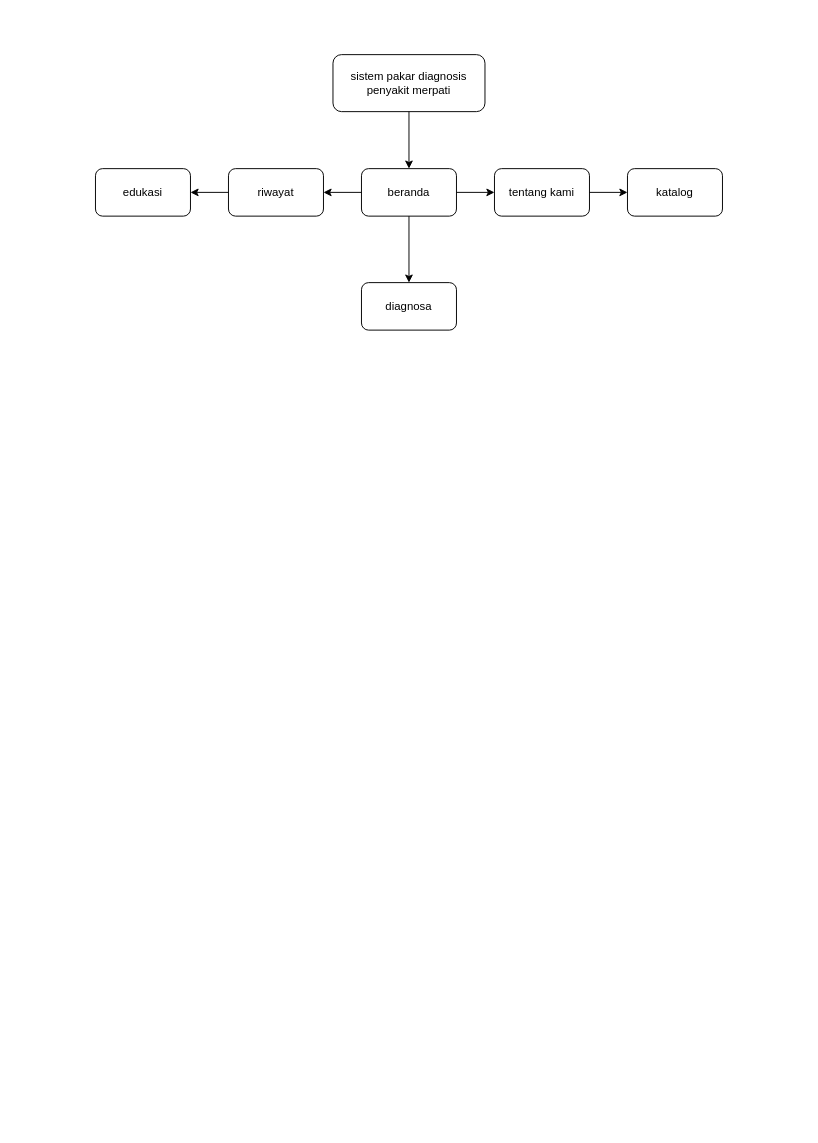
Earlier version of the draw.io diagram diagram/strutur/users.drawio (Jinsky/Jinsky). Source tidied: cells renumbered, new cells numbered last; positions are measured from the earlier drawing's top-left corner, leaving out a move shared by most shapes. Both pictures are drawn from the tidied source at 95%, with x=0, y=0 at pixel (16, 16).
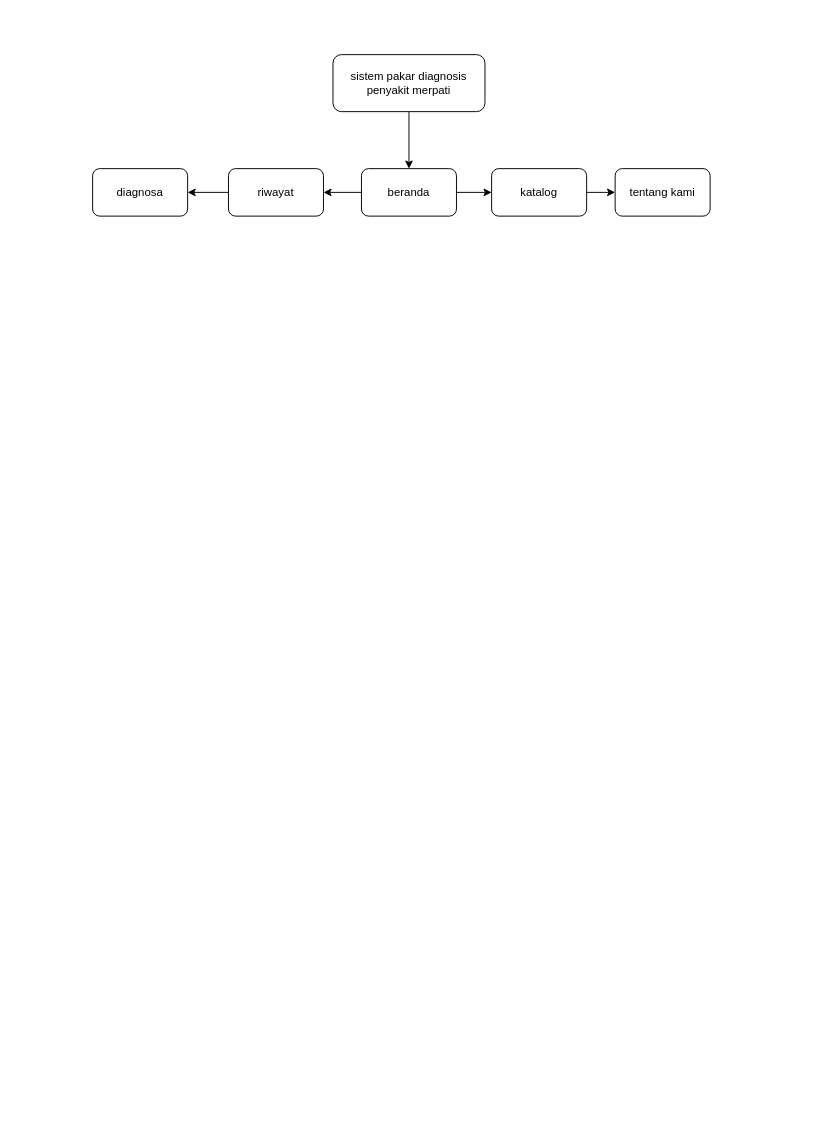
The same page after the edit.

The edit, as a diff of the source:
```diff
@@
 <mxGraphModel>
   <root>
     <mxCell id="0" />
     <mxCell id="1" parent="0" />
     <mxCell id="2" style="rounded=0;whiteSpace=wrap;html=1;fillColor=#ffffff;strokeColor=none;" parent="1" vertex="1">
-      <mxGeometry width="827" height="1169" as="geometry" />
+      <mxGeometry width="827" height="290" as="geometry" />
     </mxCell>
     <mxCell id="3" value="sistem pakar diagnosis&lt;br&gt;penyakit merpati" style="rounded=1;whiteSpace=wrap;html=1;fillColor=#ffffff;strokeColor=#000000;fontSize=12;" parent="1" vertex="1">
       <mxGeometry x="333" y="40" width="160" height="60" as="geometry" />
     </mxCell>
+    <mxCell id="16" style="edgeStyle=none;html=1;" parent="1" edge="1" source="4" target="8">
+      <mxGeometry relative="1" as="geometry" />
+    </mxCell>
     <mxCell id="4" value="beranda" style="rounded=1;whiteSpace=wrap;html=1;fillColor=#ffffff;strokeColor=#000000;fontSize=12;" parent="1" vertex="1">
       <mxGeometry x="363" y="160" width="100" height="50" as="geometry" />
     </mxCell>
+    <mxCell id="17" style="edgeStyle=none;html=1;" parent="1" edge="1" source="5" target="9">
+      <mxGeometry relative="1" as="geometry" />
+    </mxCell>
     <mxCell id="5" value="riwayat" style="rounded=1;whiteSpace=wrap;html=1;fillColor=#ffffff;strokeColor=#000000;fontSize=12;" parent="1" vertex="1">
       <mxGeometry x="223" y="160" width="100" height="50" as="geometry" />
     </mxCell>
-    <mxCell id="6" value="edukasi" style="rounded=1;whiteSpace=wrap;html=1;fillColor=#ffffff;strokeColor=#000000;fontSize=12;" parent="1" vertex="1">
-      <mxGeometry x="83" y="160" width="100" height="50" as="geometry" />
-    </mxCell>
     <mxCell id="7" value="tentang kami" style="rounded=1;whiteSpace=wrap;html=1;fillColor=#ffffff;strokeColor=#000000;fontSize=12;" parent="1" vertex="1">
-      <mxGeometry x="503" y="160" width="100" height="50" as="geometry" />
+      <mxGeometry x="630" y="160" width="100" height="50" as="geometry" />
     </mxCell>
+    <mxCell id="18" style="edgeStyle=none;html=1;" parent="1" edge="1" source="8" target="7">
+      <mxGeometry relative="1" as="geometry" />
+    </mxCell>
     <mxCell id="8" value="katalog" style="rounded=1;whiteSpace=wrap;html=1;fillColor=#ffffff;strokeColor=#000000;fontSize=12;" parent="1" vertex="1">
-      <mxGeometry x="643" y="160" width="100" height="50" as="geometry" />
+      <mxGeometry x="500" y="160" width="100" height="50" as="geometry" />
     </mxCell>
     <mxCell id="9" value="diagnosa" style="rounded=1;whiteSpace=wrap;html=1;fillColor=#ffffff;strokeColor=#000000;fontSize=12;" parent="1" vertex="1">
-      <mxGeometry x="363" y="280" width="100" height="50" as="geometry" />
+      <mxGeometry x="80" y="160" width="100" height="50" as="geometry" />
     </mxCell>
     <mxCell id="10" style="edgeStyle=orthogonalEdgeStyle;rounded=0;jettySize=auto;html=1;strokeWidth=1;endArrow=classic;endFill=1;exitX=0.5;exitY=1;exitDx=0;exitDy=0;entryX=0.5;entryY=0;entryDx=0;entryDy=0;" parent="1" edge="1" source="3" target="4">
       <mxGeometry relative="1" as="geometry" />
     </mxCell>
     <mxCell id="11" style="edgeStyle=orthogonalEdgeStyle;rounded=0;jettySize=auto;html=1;strokeWidth=1;endArrow=classic;endFill=1;exitX=0;exitY=0.5;exitDx=0;exitDy=0;entryX=1;entryY=0.5;entryDx=0;entryDy=0;" parent="1" edge="1" source="4" target="5">
       <mxGeometry relative="1" as="geometry" />
     </mxCell>
-    <mxCell id="12" style="edgeStyle=orthogonalEdgeStyle;rounded=0;jettySize=auto;html=1;strokeWidth=1;endArrow=classic;endFill=1;exitX=0;exitY=0.5;exitDx=0;exitDy=0;entryX=1;entryY=0.5;entryDx=0;entryDy=0;" parent="1" edge="1" source="5" target="6">
-      <mxGeometry relative="1" as="geometry" />
-    </mxCell>
-    <mxCell id="13" style="edgeStyle=orthogonalEdgeStyle;rounded=0;jettySize=auto;html=1;strokeWidth=1;endArrow=classic;endFill=1;exitX=1;exitY=0.5;exitDx=0;exitDy=0;entryX=0;entryY=0.5;entryDx=0;entryDy=0;" parent="1" edge="1" source="4" target="7">
-      <mxGeometry relative="1" as="geometry" />
-    </mxCell>
-    <mxCell id="14" style="edgeStyle=orthogonalEdgeStyle;rounded=0;jettySize=auto;html=1;strokeWidth=1;endArrow=classic;endFill=1;exitX=1;exitY=0.5;exitDx=0;exitDy=0;entryX=0;entryY=0.5;entryDx=0;entryDy=0;" parent="1" edge="1" source="7" target="8">
-      <mxGeometry relative="1" as="geometry" />
-    </mxCell>
-    <mxCell id="15" style="edgeStyle=orthogonalEdgeStyle;rounded=0;jettySize=auto;html=1;strokeWidth=1;endArrow=classic;endFill=1;exitX=0.5;exitY=1;exitDx=0;exitDy=0;entryX=0.5;entryY=0;entryDx=0;entryDy=0;" parent="1" edge="1" source="4" target="9">
-      <mxGeometry relative="1" as="geometry" />
-    </mxCell>
   </root>
 </mxGraphModel>
```
